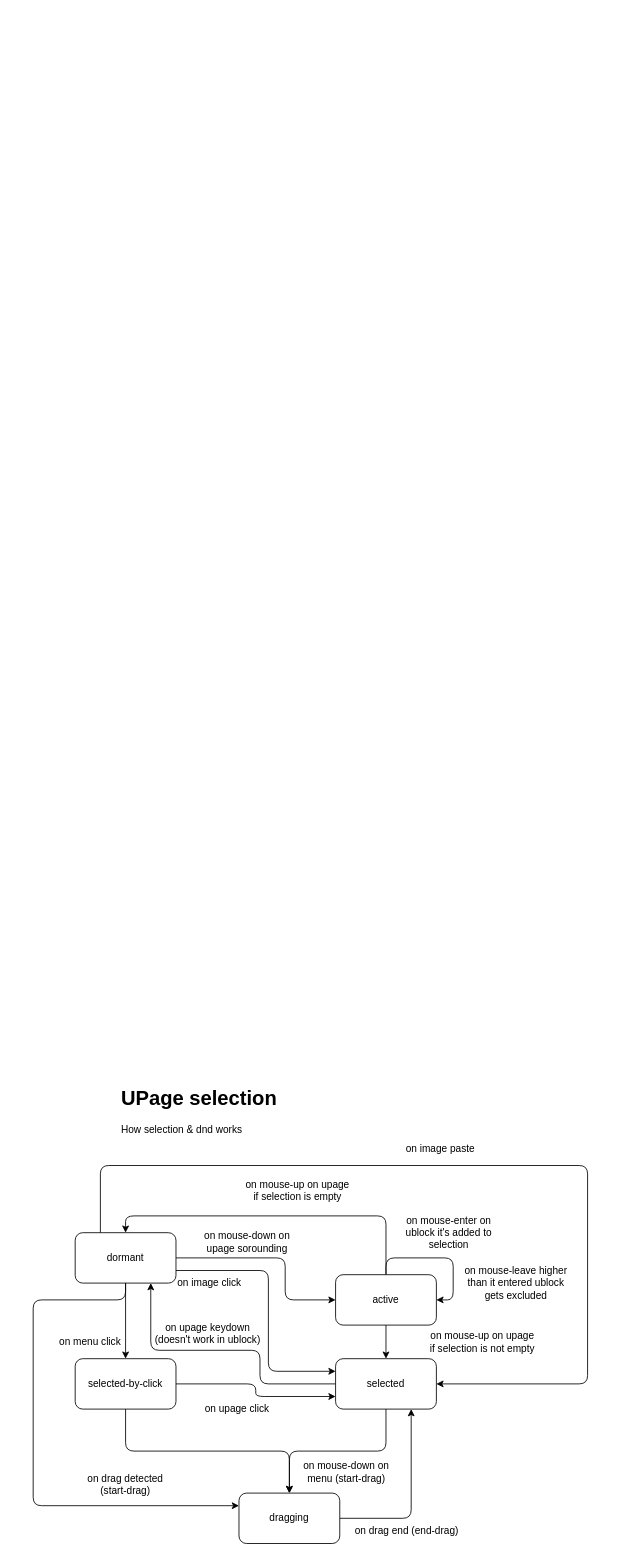
Above: doc.drawio in Zombobot1/bike2 (draw.io), before the change. Source tidied: cells renumbered, new cells numbered last; positions are measured from the earlier drawing's top-left corner, leaving out a move shared by most shapes. Both pictures are drawn from the tidied source at 84%, with x=0, y=0 at pixel (33, 1081).
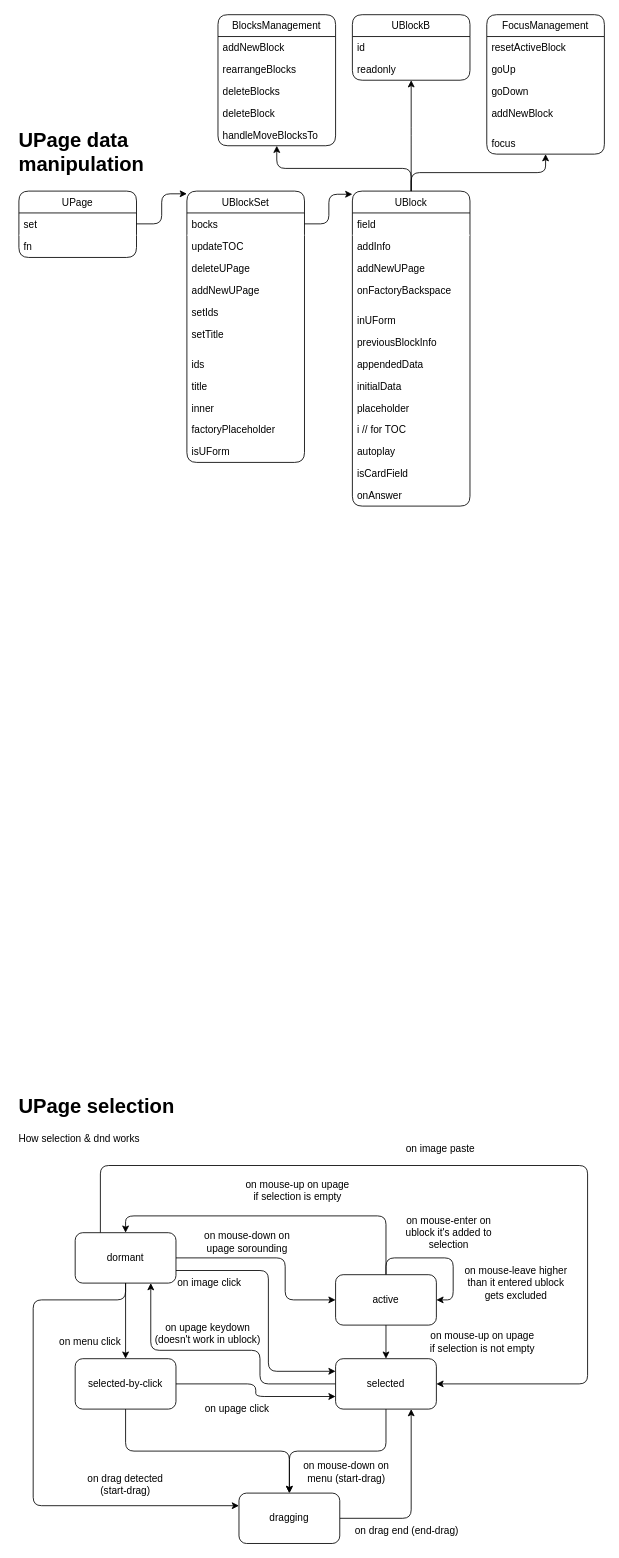
Above is the later version.

What changed in the source:
```diff
@@
     <mxCell id="13" value="&lt;h1&gt;UPage selection&lt;/h1&gt;&lt;p&gt;How selection &amp;amp; dnd works&lt;/p&gt;" style="text;html=1;strokeColor=none;fillColor=none;spacing=5;spacingTop=-20;whiteSpace=wrap;overflow=hidden;rounded=0;" parent="1" vertex="1">
-      <mxGeometry x="100" width="200" height="70" as="geometry" />
+      <mxGeometry x="-22" y="10" width="200" height="70" as="geometry" />
     </mxCell>
@@
+    <mxCell id="34" value="&lt;h1&gt;UPage data manipulation&lt;/h1&gt;" style="text;html=1;strokeColor=none;fillColor=none;spacing=5;spacingTop=-20;whiteSpace=wrap;overflow=hidden;rounded=0;" parent="1" vertex="1">
+      <mxGeometry x="-22" y="-1140" width="200" height="70" as="geometry" />
+    </mxCell>
+    <mxCell id="35" value="UPage" style="swimlane;fontStyle=0;horizontal=1;startSize=26;fillColor=none;rounded=1;" parent="1" vertex="1">
+      <mxGeometry x="-17" y="-1060" width="140" height="79" as="geometry" />
+    </mxCell>
+    <mxCell id="36" value="set" style="text;strokeColor=none;fillColor=none;align=left;verticalAlign=top;spacingLeft=4;spacingRight=4;overflow=hidden;points=[[0,0.5],[1,0.5]];portConstraint=eastwest;rounded=1;" parent="35" vertex="1">
+      <mxGeometry y="26" width="140" height="26" as="geometry" />
+    </mxCell>
+    <mxCell id="37" style="text;align=center;verticalAlign=bottom;spacingLeft=4;spacingRight=4;overflow=hidden;rounded=1;horizontal=1;fontColor=#ffffff;fillColor=#FFFFFF;" parent="35" vertex="1">
+      <mxGeometry y="52" width="140" height="1" as="geometry" />
+    </mxCell>
+    <mxCell id="38" value="fn" style="text;strokeColor=none;fillColor=none;align=left;verticalAlign=top;spacingLeft=4;spacingRight=4;overflow=hidden;rounded=1;" parent="35" vertex="1">
+      <mxGeometry y="53" width="140" height="26" as="geometry" />
+    </mxCell>
+    <mxCell id="39" value="UBlockSet" style="swimlane;fontStyle=0;horizontal=1;startSize=26;fillColor=none;rounded=1;points=[[0,0.1],[0,0.05],[0,0.01],[0.5,1],[0.5,0]];" parent="1" vertex="1">
+      <mxGeometry x="183" y="-1060" width="140" height="323" as="geometry" />
+    </mxCell>
+    <mxCell id="40" value="bocks" style="text;strokeColor=none;fillColor=none;align=left;verticalAlign=top;spacingLeft=4;spacingRight=4;overflow=hidden;points=[[0,0.5],[1,0.5]];portConstraint=eastwest;rounded=1;" parent="39" vertex="1">
+      <mxGeometry y="26" width="140" height="26" as="geometry" />
+    </mxCell>
+    <mxCell id="41" style="text;align=center;verticalAlign=bottom;spacingLeft=4;spacingRight=4;overflow=hidden;rounded=1;horizontal=1;fontColor=#ffffff;fillColor=#FFFFFF;" parent="39" vertex="1">
+      <mxGeometry y="52" width="140" height="1" as="geometry" />
+    </mxCell>
+    <mxCell id="42" value="updateTOC" style="text;strokeColor=none;fillColor=none;align=left;verticalAlign=top;spacingLeft=4;spacingRight=4;overflow=hidden;rounded=1;" parent="39" vertex="1">
+      <mxGeometry y="53" width="140" height="26" as="geometry" />
+    </mxCell>
+    <mxCell id="43" value="deleteUPage" style="text;strokeColor=none;fillColor=none;align=left;verticalAlign=top;spacingLeft=4;spacingRight=4;overflow=hidden;rounded=1;" parent="39" vertex="1">
+      <mxGeometry y="79" width="140" height="26" as="geometry" />
+    </mxCell>
+    <mxCell id="44" value="addNewUPage" style="text;strokeColor=none;fillColor=none;align=left;verticalAlign=top;spacingLeft=4;spacingRight=4;overflow=hidden;rounded=1;" parent="39" vertex="1">
+      <mxGeometry y="105" width="140" height="26" as="geometry" />
+    </mxCell>
+    <mxCell id="45" value="setIds" style="text;strokeColor=none;fillColor=none;align=left;verticalAlign=top;spacingLeft=4;spacingRight=4;overflow=hidden;rounded=1;" parent="39" vertex="1">
+      <mxGeometry y="131" width="140" height="26" as="geometry" />
+    </mxCell>
+    <mxCell id="46" value="setTitle" style="text;strokeColor=none;fillColor=none;align=left;verticalAlign=top;spacingLeft=4;spacingRight=4;overflow=hidden;rounded=1;" parent="39" vertex="1">
+      <mxGeometry y="157" width="140" height="26" as="geometry" />
+    </mxCell>
+    <mxCell id="47" value=" " style="text;strokeColor=none;fillColor=none;align=left;verticalAlign=top;spacingLeft=4;spacingRight=4;overflow=hidden;rounded=1;" parent="39" vertex="1">
+      <mxGeometry y="183" width="140" height="10" as="geometry" />
+    </mxCell>
+    <mxCell id="48" value="ids" style="text;strokeColor=none;fillColor=none;align=left;verticalAlign=top;spacingLeft=4;spacingRight=4;overflow=hidden;rounded=1;" parent="39" vertex="1">
+      <mxGeometry y="193" width="140" height="26" as="geometry" />
+    </mxCell>
+    <mxCell id="49" value="title" style="text;strokeColor=none;fillColor=none;align=left;verticalAlign=top;spacingLeft=4;spacingRight=4;overflow=hidden;rounded=1;" parent="39" vertex="1">
+      <mxGeometry y="219" width="140" height="26" as="geometry" />
+    </mxCell>
+    <mxCell id="50" value="inner" style="text;strokeColor=none;fillColor=none;align=left;verticalAlign=top;spacingLeft=4;spacingRight=4;overflow=hidden;rounded=1;" parent="39" vertex="1">
+      <mxGeometry y="245" width="140" height="26" as="geometry" />
+    </mxCell>
+    <mxCell id="51" value="factoryPlaceholder" style="text;strokeColor=none;fillColor=none;align=left;verticalAlign=top;spacingLeft=4;spacingRight=4;overflow=hidden;rounded=1;" parent="39" vertex="1">
+      <mxGeometry y="271" width="140" height="26" as="geometry" />
+    </mxCell>
+    <mxCell id="52" value="isUForm" style="text;strokeColor=none;fillColor=none;align=left;verticalAlign=top;spacingLeft=4;spacingRight=4;overflow=hidden;rounded=1;" parent="39" vertex="1">
+      <mxGeometry y="297" width="140" height="26" as="geometry" />
+    </mxCell>
+    <mxCell id="53" style="edgeStyle=elbowEdgeStyle;html=1;entryX=0.5;entryY=1;entryDx=0;entryDy=0;elbow=vertical;" parent="1" edge="1" source="56" target="74">
+      <mxGeometry relative="1" as="geometry" />
+    </mxCell>
+    <mxCell id="54" style="edgeStyle=elbowEdgeStyle;elbow=vertical;html=1;entryX=0.5;entryY=1;entryDx=0;entryDy=0;" parent="1" edge="1" source="56" target="77">
+      <mxGeometry relative="1" as="geometry" />
+    </mxCell>
+    <mxCell id="55" style="edgeStyle=elbowEdgeStyle;elbow=vertical;html=1;entryX=0.5;entryY=1;entryDx=0;entryDy=0;" parent="1" edge="1" source="56" target="83">
+      <mxGeometry relative="1" as="geometry" />
+    </mxCell>
+    <mxCell id="56" value="UBlock" style="swimlane;fontStyle=0;horizontal=1;startSize=26;fillColor=none;rounded=1;points=[[0,0.1],[0,0.05],[0,0.01],[0.5,1],[0.5,0]];" parent="1" vertex="1">
+      <mxGeometry x="380" y="-1060" width="140" height="375" as="geometry" />
+    </mxCell>
+    <mxCell id="57" value="field" style="text;strokeColor=none;fillColor=none;align=left;verticalAlign=top;spacingLeft=4;spacingRight=4;overflow=hidden;rounded=1;" parent="56" vertex="1">
+      <mxGeometry y="26" width="140" height="26" as="geometry" />
+    </mxCell>
+    <mxCell id="58" style="text;align=center;verticalAlign=bottom;spacingLeft=4;spacingRight=4;overflow=hidden;rounded=1;horizontal=1;fontColor=#ffffff;fillColor=#FFFFFF;" parent="56" vertex="1">
+      <mxGeometry y="52" width="140" height="1" as="geometry" />
+    </mxCell>
+    <mxCell id="59" value="addInfo" style="text;strokeColor=none;fillColor=none;align=left;verticalAlign=top;spacingLeft=4;spacingRight=4;overflow=hidden;rounded=1;" parent="56" vertex="1">
+      <mxGeometry y="53" width="140" height="26" as="geometry" />
+    </mxCell>
+    <mxCell id="60" value="addNewUPage" style="text;strokeColor=none;fillColor=none;align=left;verticalAlign=top;spacingLeft=4;spacingRight=4;overflow=hidden;rounded=1;" parent="56" vertex="1">
+      <mxGeometry y="79" width="140" height="26" as="geometry" />
+    </mxCell>
+    <mxCell id="61" value="onFactoryBackspace" style="text;strokeColor=none;fillColor=none;align=left;verticalAlign=top;spacingLeft=4;spacingRight=4;overflow=hidden;rounded=1;" parent="56" vertex="1">
+      <mxGeometry y="105" width="140" height="26" as="geometry" />
+    </mxCell>
+    <mxCell id="62" value=" " style="text;strokeColor=none;fillColor=none;align=left;verticalAlign=top;spacingLeft=4;spacingRight=4;overflow=hidden;rounded=1;" parent="56" vertex="1">
+      <mxGeometry y="131" width="140" height="10" as="geometry" />
+    </mxCell>
+    <mxCell id="63" value="inUForm" style="text;strokeColor=none;fillColor=none;align=left;verticalAlign=top;spacingLeft=4;spacingRight=4;overflow=hidden;rounded=1;" parent="56" vertex="1">
+      <mxGeometry y="141" width="140" height="26" as="geometry" />
+    </mxCell>
+    <mxCell id="64" value="previousBlockInfo" style="text;strokeColor=none;fillColor=none;align=left;verticalAlign=top;spacingLeft=4;spacingRight=4;overflow=hidden;rounded=1;" parent="56" vertex="1">
+      <mxGeometry y="167" width="140" height="26" as="geometry" />
+    </mxCell>
+    <mxCell id="65" value="appendedData" style="text;strokeColor=none;fillColor=none;align=left;verticalAlign=top;spacingLeft=4;spacingRight=4;overflow=hidden;rounded=1;" parent="56" vertex="1">
+      <mxGeometry y="193" width="140" height="26" as="geometry" />
+    </mxCell>
+    <mxCell id="66" value="initialData" style="text;strokeColor=none;fillColor=none;align=left;verticalAlign=top;spacingLeft=4;spacingRight=4;overflow=hidden;rounded=1;" parent="56" vertex="1">
+      <mxGeometry y="219" width="140" height="26" as="geometry" />
+    </mxCell>
+    <mxCell id="67" value="placeholder" style="text;strokeColor=none;fillColor=none;align=left;verticalAlign=top;spacingLeft=4;spacingRight=4;overflow=hidden;rounded=1;" parent="56" vertex="1">
+      <mxGeometry y="245" width="140" height="26" as="geometry" />
+    </mxCell>
+    <mxCell id="68" value="i // for TOC" style="text;strokeColor=none;fillColor=none;align=left;verticalAlign=top;spacingLeft=4;spacingRight=4;overflow=hidden;rounded=1;" parent="56" vertex="1">
+      <mxGeometry y="271" width="140" height="26" as="geometry" />
+    </mxCell>
+    <mxCell id="69" value="autoplay" style="text;strokeColor=none;fillColor=none;align=left;verticalAlign=top;spacingLeft=4;spacingRight=4;overflow=hidden;rounded=1;" parent="56" vertex="1">
+      <mxGeometry y="297" width="140" height="26" as="geometry" />
+    </mxCell>
+    <mxCell id="70" value="isCardField" style="text;strokeColor=none;fillColor=none;align=left;verticalAlign=top;spacingLeft=4;spacingRight=4;overflow=hidden;rounded=1;" parent="56" vertex="1">
+      <mxGeometry y="323" width="140" height="26" as="geometry" />
+    </mxCell>
+    <mxCell id="71" value="onAnswer" style="text;strokeColor=none;fillColor=none;align=left;verticalAlign=top;spacingLeft=4;spacingRight=4;overflow=hidden;rounded=1;" parent="56" vertex="1">
+      <mxGeometry y="349" width="140" height="26" as="geometry" />
+    </mxCell>
+    <mxCell id="72" style="edgeStyle=elbowEdgeStyle;html=1;entryX=0;entryY=0.01;entryDx=0;entryDy=0;" parent="1" edge="1" source="36" target="39">
+      <mxGeometry relative="1" as="geometry" />
+    </mxCell>
+    <mxCell id="73" style="edgeStyle=elbowEdgeStyle;html=1;entryX=0;entryY=0.01;entryDx=0;entryDy=0;" parent="1" edge="1" source="40" target="56">
+      <mxGeometry relative="1" as="geometry" />
+    </mxCell>
+    <mxCell id="74" value="UBlockB" style="swimlane;fontStyle=0;horizontal=1;startSize=26;fillColor=none;rounded=1;points=[[0,0.1],[0,0.05],[0,0.01],[0.5,1],[0.5,0]];" parent="1" vertex="1">
+      <mxGeometry x="380" y="-1270" width="140" height="78" as="geometry" />
+    </mxCell>
+    <mxCell id="75" value="id" style="text;strokeColor=none;fillColor=none;align=left;verticalAlign=top;spacingLeft=4;spacingRight=4;overflow=hidden;rounded=1;" parent="74" vertex="1">
+      <mxGeometry y="26" width="140" height="26" as="geometry" />
+    </mxCell>
+    <mxCell id="76" value="readonly" style="text;strokeColor=none;fillColor=none;align=left;verticalAlign=top;spacingLeft=4;spacingRight=4;overflow=hidden;rounded=1;" parent="74" vertex="1">
+      <mxGeometry y="52" width="140" height="26" as="geometry" />
+    </mxCell>
+    <mxCell id="77" value="BlocksManagement" style="swimlane;fontStyle=0;horizontal=1;startSize=26;fillColor=none;rounded=1;points=[[0,0.1],[0,0.05],[0,0.01],[0.5,1],[0.5,0]];" parent="1" vertex="1">
+      <mxGeometry x="220" y="-1270" width="140" height="156" as="geometry" />
+    </mxCell>
+    <mxCell id="78" value="addNewBlock" style="text;strokeColor=none;fillColor=none;align=left;verticalAlign=top;spacingLeft=4;spacingRight=4;overflow=hidden;rounded=1;" parent="77" vertex="1">
+      <mxGeometry y="26" width="140" height="26" as="geometry" />
+    </mxCell>
+    <mxCell id="79" value="rearrangeBlocks" style="text;strokeColor=none;fillColor=none;align=left;verticalAlign=top;spacingLeft=4;spacingRight=4;overflow=hidden;rounded=1;" parent="77" vertex="1">
+      <mxGeometry y="52" width="140" height="26" as="geometry" />
+    </mxCell>
+    <mxCell id="80" value="deleteBlocks" style="text;strokeColor=none;fillColor=none;align=left;verticalAlign=top;spacingLeft=4;spacingRight=4;overflow=hidden;rounded=1;" parent="77" vertex="1">
+      <mxGeometry y="78" width="140" height="26" as="geometry" />
+    </mxCell>
+    <mxCell id="81" value="deleteBlock" style="text;strokeColor=none;fillColor=none;align=left;verticalAlign=top;spacingLeft=4;spacingRight=4;overflow=hidden;rounded=1;" parent="77" vertex="1">
+      <mxGeometry y="104" width="140" height="26" as="geometry" />
+    </mxCell>
+    <mxCell id="82" value="handleMoveBlocksTo" style="text;strokeColor=none;fillColor=none;align=left;verticalAlign=top;spacingLeft=4;spacingRight=4;overflow=hidden;rounded=1;" parent="77" vertex="1">
+      <mxGeometry y="130" width="140" height="26" as="geometry" />
+    </mxCell>
+    <mxCell id="83" value="FocusManagement" style="swimlane;fontStyle=0;horizontal=1;startSize=26;fillColor=none;rounded=1;points=[[0,0.1],[0,0.05],[0,0.01],[0.5,1],[0.5,0]];" parent="1" vertex="1">
+      <mxGeometry x="540" y="-1270" width="140" height="166" as="geometry" />
+    </mxCell>
+    <mxCell id="84" value="resetActiveBlock" style="text;strokeColor=none;fillColor=none;align=left;verticalAlign=top;spacingLeft=4;spacingRight=4;overflow=hidden;rounded=1;" parent="83" vertex="1">
+      <mxGeometry y="26" width="140" height="26" as="geometry" />
+    </mxCell>
+    <mxCell id="85" value="goUp" style="text;strokeColor=none;fillColor=none;align=left;verticalAlign=top;spacingLeft=4;spacingRight=4;overflow=hidden;rounded=1;" parent="83" vertex="1">
+      <mxGeometry y="52" width="140" height="26" as="geometry" />
+    </mxCell>
+    <mxCell id="86" value="goDown" style="text;strokeColor=none;fillColor=none;align=left;verticalAlign=top;spacingLeft=4;spacingRight=4;overflow=hidden;rounded=1;" parent="83" vertex="1">
+      <mxGeometry y="78" width="140" height="26" as="geometry" />
+    </mxCell>
+    <mxCell id="87" value="addNewBlock" style="text;strokeColor=none;fillColor=none;align=left;verticalAlign=top;spacingLeft=4;spacingRight=4;overflow=hidden;rounded=1;" parent="83" vertex="1">
+      <mxGeometry y="104" width="140" height="26" as="geometry" />
+    </mxCell>
+    <mxCell id="88" value=" " style="text;strokeColor=none;fillColor=none;align=left;verticalAlign=top;spacingLeft=4;spacingRight=4;overflow=hidden;rounded=1;" parent="83" vertex="1">
+      <mxGeometry y="130" width="140" height="10" as="geometry" />
+    </mxCell>
+    <mxCell id="89" value="focus" style="text;strokeColor=none;fillColor=none;align=left;verticalAlign=top;spacingLeft=4;spacingRight=4;overflow=hidden;rounded=1;" parent="83" vertex="1">
+      <mxGeometry y="140" width="140" height="26" as="geometry" />
+    </mxCell>
```
